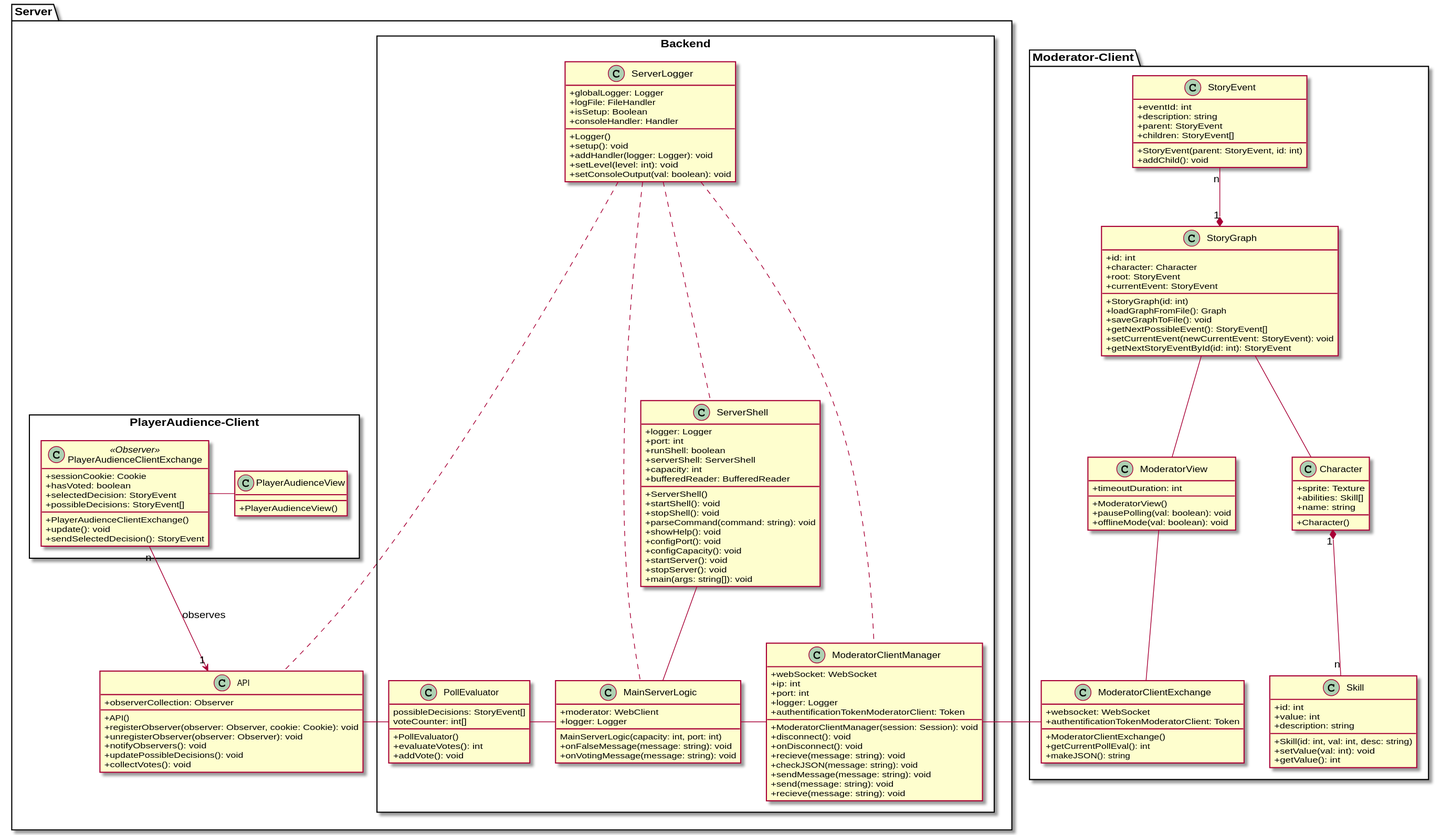
Brotenko/QualityQuest keeps this PlantUML diagram as Docs/Technical Specifications/docs/diagrams/ClassDiagrams/ClassDiagram.svg. Above is the earlier version.
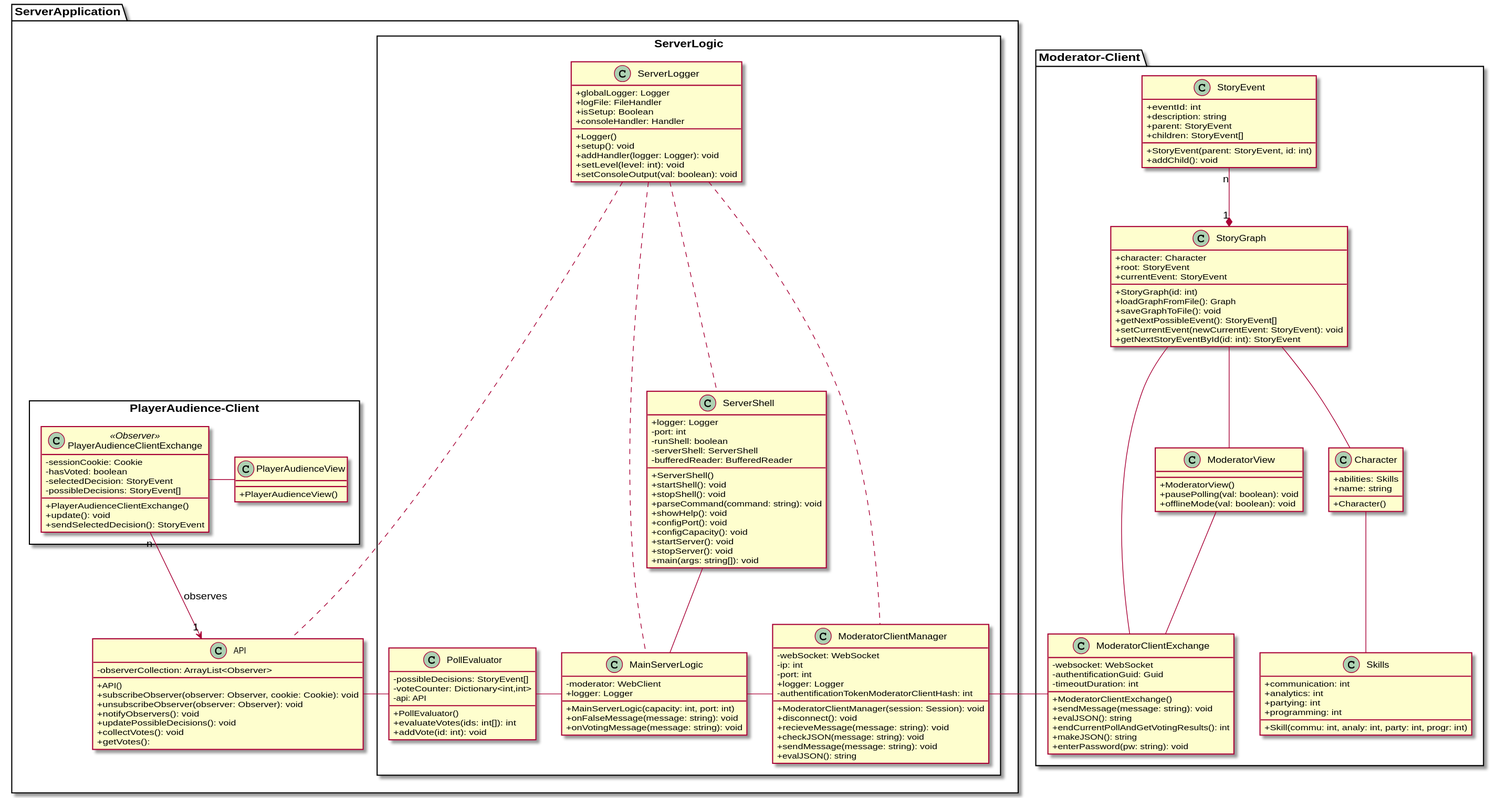
After the change.

Change to the diagram source:
```diff
@@ -13,7 +13,6 @@
   }
 
   class StoryGraph {
-    {field} +id: int
     {field} +character: Character
     {field} +root: StoryEvent
     {field} +currentEvent: StoryEvent
@@ -26,32 +25,33 @@
   }
 
   class "ModeratorView" as mf {
-    {field} +timeoutDuration: int
     {method} +ModeratorView()
     {method} +pausePolling(val: boolean): void
     {method} +offlineMode(val: boolean): void
   }
 
   class "ModeratorClientExchange" as mcei{
-    {field} +websocket: WebSocket
-    {field} +authentificationTokenModeratorClient: Token
+    {field} -websocket: WebSocket
+    {field} -authentificationGuid: Guid
+    {field} -timeoutDuration: int
     {method} +ModeratorClientExchange()
-    {method} +getCurrentPollEval(): int
+    {method} +sendMessage(message: string): void
+    {method} +evalJSON(): string
+    {method} +endCurrentPollAndGetVotingResults(): int
     {method} +makeJSON(): string
+    {method} +enterPassword(pw: string): void
   }
 
-  class Skill {
-    {field} +id: int
-    {field} +value: int
-    {field} +description: string
-    {method} + Skill(id: int, val: int, desc: string)
-    {method} + setValue(val: int): void
-    {method} + getValue(): int
+  class Skills {
+    {field} +communication: int
+    {field} +analytics: int
+    {field} +partying: int
+    {field} +programming: int
+    {method} + Skill(commu: int, analy: int, party: int, progr: int)
   }
 
   class Character {
-    {field} +sprite: Texture
-    {field} +abilities: Skill[]
+    {field} +abilities: Skills
     {field} +name: string
     {method} +Character()
   }
@@ -59,29 +59,30 @@
   StoryEvent "n" --* "1" StoryGraph
   StoryGraph -- mf
   StoryGraph -- Character
-  Character "1" *-- "n" Skill
+  Character -- Skills
   mf -- mcei
+  StoryGraph --- mcei
 }
 
-package "Server" {
+package "ServerApplication" {
    class "API" as api {
-        {field} +observerCollection: Observer
+        {field} -observerCollection: ArrayList<Observer>
         {method} +API()
-        {method} +registerObserver(observer: Observer, cookie: Cookie): void
-        {method} +unregisterObserver(observer: Observer): void
+        {method} +subscribeObserver(observer: Observer, cookie: Cookie): void
+        {method} +unsubscribeObserver(observer: Observer): void
         {method} +notifyObservers(): void
         {method} +updatePossibleDecisions(): void
         {method} +collectVotes(): void
+        {method} +getVotes():
   }
 
-  package "Backend" <<Rectangle>>{
+  package "ServerLogic" <<Rectangle>>{
     class "ServerShell" as ss {
       {field} +logger: Logger
-      {field} +port: int
-      {field} +runShell: boolean
-      {field} +serverShell: ServerShell
-      {field} +capacity: int
-      {field} +bufferedReader: BufferedReader
+      {field} -port: int
+      {field} -runShell: boolean
+      {field} -serverShell: ServerShell
+      {field} -bufferedReader: BufferedReader
       {method} +ServerShell()
       {method} +startShell(): void
       {method} +stopShell(): void
@@ -95,36 +96,36 @@
     }
 
     class "ModeratorClientManager" as cm {
-      {field} +webSocket: WebSocket
-      {field} +ip: int
-      {field} +port: int
+      {field} -webSocket: WebSocket
+      {field} -ip: int
+      {field} -port: int
       {field} +logger: Logger
-      {field} +authentificationTokenModeratorClient: Token
+      {field} -authentificationTokenModeratorClientHash: int
       {method} +ModeratorClientManager(session: Session): void
       {method} +disconnect(): void
-      {method} +onDisconnect(): void
-      {method} +recieve(message: string): void
+      {method} +recieveMessage(message: string): void
       {method} +checkJSON(message: string): void
       {method} +sendMessage(message: string): void
-      {method} +send(message: string): void
-      {method} +recieve(message: string): void
+      {method} +evalJSON(): string
+
     }
 
     class "MainServerLogic" as msl {
-      {field} +moderator: WebClient
+      {field} -moderator: WebClient
       {field} +logger: Logger
-      {method} MainServerLogic(capacity: int, port: int)
+      {method} +MainServerLogic(capacity: int, port: int)
       {method} +onFalseMessage(message: string): void
       {method} +onVotingMessage(message: string): void
 
     }
 
     class "PollEvaluator" as pe {
-    {field} possibleDecisions: StoryEvent[]
-    {field} voteCounter: int[]
+    {field}- possibleDecisions: StoryEvent[]
+    {field} -voteCounter: Dictionary<int,int>
+    {field} -api: API
     {method} +PollEvaluator()
-    {method} +evaluateVotes(): int
-    {method} +addVote(): void
+    {method} +evaluateVotes(ids: int[]): int
+    {method} +addVote(id: int): void
   }
 
     class "ServerLogger" as sl {
@@ -141,10 +142,10 @@
   }
   package "PlayerAudience-Client" <<Rectangle>>{
     class "PlayerAudienceClientExchange" as pace <<Observer>>{
-      {field} +sessionCookie: Cookie
-      {field} +hasVoted: boolean
-      {field} +selectedDecision: StoryEvent
-      {field} +possibleDecisions: StoryEvent[]
+      {field} -sessionCookie: Cookie
+      {field} -hasVoted: boolean
+      {field} -selectedDecision: StoryEvent
+      {field} -possibleDecisions: StoryEvent[]
       {method} +PlayerAudienceClientExchange()
       {method} +update(): void
       {method} +sendSelectedDecision(): StoryEvent
```
